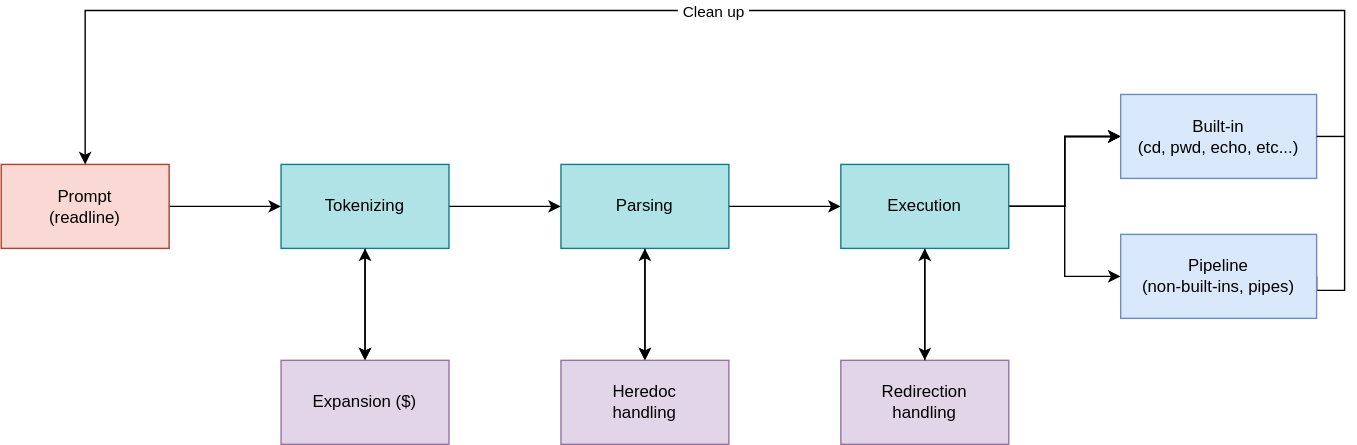
Above: assets/overview.svg in ahmad-nashwan/minishell (draw.io), before the change. Source tidied: cells renumbered, new cells last; positions are measured from the earlier drawing's top-left corner, leaving out a move shared by most shapes.
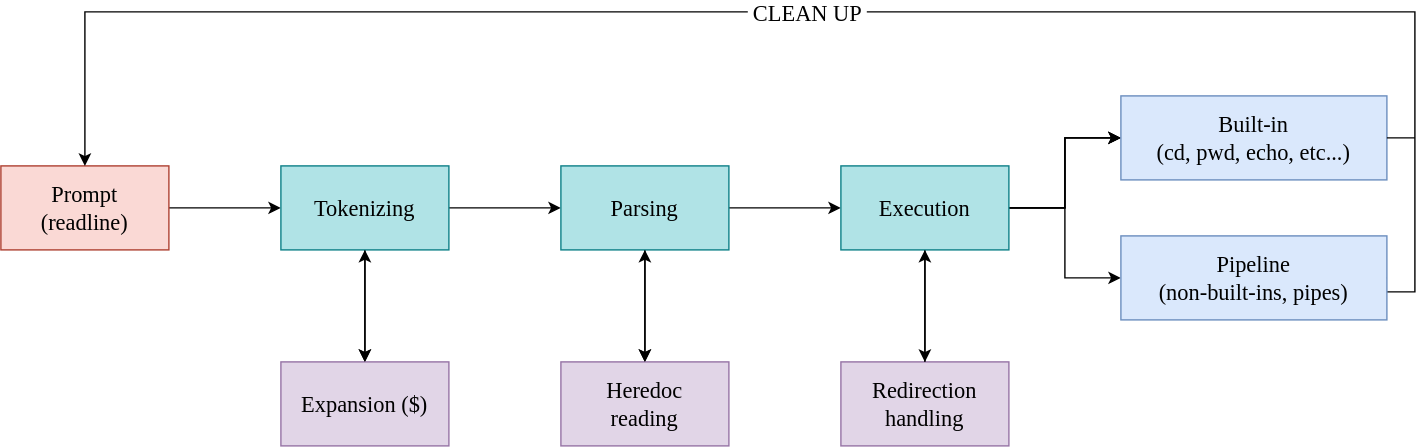
Later version of the same file.

What changed in the source:
```diff
@@ -2,88 +2,91 @@
   <root>
     <mxCell id="0" />
     <mxCell id="1" parent="0" />
-    <mxCell id="2" style="edgeStyle=orthogonalEdgeStyle;rounded=0;jettySize=auto;html=1;" parent="1" edge="1" source="3" target="6">
+    <mxCell id="2" style="edgeStyle=orthogonalEdgeStyle;rounded=0;jettySize=auto;html=1;fontSize=16;fontFamily=Verdana;" parent="1" edge="1" source="3" target="6">
       <mxGeometry relative="1" as="geometry" />
     </mxCell>
-    <mxCell id="3" value="Prompt&lt;div&gt;(readline)&lt;/div&gt;" style="rounded=0;whiteSpace=wrap;html=1;fillColor=#fad9d5;strokeColor=#ae4132;" parent="1" vertex="1">
+    <mxCell id="3" value="Prompt&lt;div&gt;(readline)&lt;/div&gt;" style="rounded=0;whiteSpace=wrap;html=1;fillColor=#fad9d5;strokeColor=#ae4132;fontSize=16;fontFamily=Verdana;" parent="1" vertex="1">
       <mxGeometry y="110" width="120" height="60" as="geometry" />
     </mxCell>
-    <mxCell id="4" style="edgeStyle=orthogonalEdgeStyle;rounded=0;jettySize=auto;html=1;" parent="1" edge="1" source="6" target="7">
+    <mxCell id="4" style="edgeStyle=orthogonalEdgeStyle;rounded=0;jettySize=auto;html=1;fontSize=16;fontFamily=Verdana;" parent="1" edge="1" source="6" target="7">
       <mxGeometry relative="1" as="geometry" />
     </mxCell>
-    <mxCell id="5" style="edgeStyle=orthogonalEdgeStyle;rounded=0;jettySize=auto;html=1;" parent="1" edge="1" source="6" target="11">
+    <mxCell id="5" style="edgeStyle=orthogonalEdgeStyle;rounded=0;jettySize=auto;html=1;fontSize=16;fontFamily=Verdana;" parent="1" edge="1" source="6" target="11">
       <mxGeometry relative="1" as="geometry" />
     </mxCell>
-    <mxCell id="6" value="Tokenizing" style="rounded=0;whiteSpace=wrap;html=1;fillColor=#b0e3e6;strokeColor=#0e8088;" parent="1" vertex="1">
+    <mxCell id="6" value="Tokenizing" style="rounded=0;whiteSpace=wrap;html=1;fillColor=#b0e3e6;strokeColor=#0e8088;fontSize=16;fontFamily=Verdana;" parent="1" vertex="1">
       <mxGeometry x="200" y="110" width="120" height="60" as="geometry" />
     </mxCell>
-    <mxCell id="7" value="&lt;div&gt;&lt;span style=&quot;background-color: transparent; color: light-dark(rgb(0, 0, 0), rgb(255, 255, 255));&quot;&gt;Expansion ($)&lt;/span&gt;&lt;/div&gt;" style="rounded=0;whiteSpace=wrap;html=1;fillColor=#e1d5e7;strokeColor=#9673a6;" parent="1" vertex="1">
+    <mxCell id="7" value="&lt;div&gt;&lt;span style=&quot;background-color: transparent; color: light-dark(rgb(0, 0, 0), rgb(255, 255, 255));&quot;&gt;Expansion ($)&lt;/span&gt;&lt;/div&gt;" style="rounded=0;whiteSpace=wrap;html=1;fillColor=#e1d5e7;strokeColor=#9673a6;fontSize=16;fontFamily=Verdana;" parent="1" vertex="1">
       <mxGeometry x="200" y="250" width="120" height="60" as="geometry" />
     </mxCell>
-    <mxCell id="8" style="endArrow=classic;startArrow=classic;html=1;rounded=0;entryX=0.5;entryY=1;entryDx=0;entryDy=0;exitX=0.5;exitY=0;exitDx=0;exitDy=0;" parent="1" edge="1" source="7" target="6">
+    <mxCell id="8" style="endArrow=classic;startArrow=classic;html=1;rounded=0;entryX=0.5;entryY=1;entryDx=0;entryDy=0;exitX=0.5;exitY=0;exitDx=0;exitDy=0;fontSize=16;fontFamily=Verdana;" parent="1" edge="1" source="7" target="6">
       <mxGeometry relative="1" as="geometry" />
     </mxCell>
-    <mxCell id="9" style="edgeStyle=orthogonalEdgeStyle;rounded=0;jettySize=auto;html=1;" parent="1" edge="1" source="11" target="12">
+    <mxCell id="9" style="edgeStyle=orthogonalEdgeStyle;rounded=0;jettySize=auto;html=1;fontSize=16;fontFamily=Verdana;" parent="1" edge="1" source="11" target="12">
       <mxGeometry relative="1" as="geometry" />
     </mxCell>
-    <mxCell id="10" style="edgeStyle=orthogonalEdgeStyle;rounded=0;jettySize=auto;html=1;" parent="1" edge="1" source="11" target="18">
+    <mxCell id="10" style="edgeStyle=orthogonalEdgeStyle;rounded=0;jettySize=auto;html=1;fontSize=16;fontFamily=Verdana;" parent="1" edge="1" source="11" target="18">
       <mxGeometry relative="1" as="geometry" />
     </mxCell>
-    <mxCell id="11" value="Parsing" style="rounded=0;whiteSpace=wrap;html=1;fillColor=#b0e3e6;strokeColor=#0e8088;" parent="1" vertex="1">
+    <mxCell id="11" value="Parsing" style="rounded=0;whiteSpace=wrap;html=1;fillColor=#b0e3e6;strokeColor=#0e8088;fontSize=16;fontFamily=Verdana;" parent="1" vertex="1">
       <mxGeometry x="400" y="110" width="120" height="60" as="geometry" />
     </mxCell>
-    <mxCell id="12" value="Heredoc&lt;div&gt;handling&lt;/div&gt;" style="rounded=0;whiteSpace=wrap;html=1;fillColor=#e1d5e7;strokeColor=#9673a6;" parent="1" vertex="1">
+    <mxCell id="12" value="Heredoc&lt;div&gt;reading&lt;/div&gt;" style="rounded=0;whiteSpace=wrap;html=1;fillColor=#e1d5e7;strokeColor=#9673a6;fontSize=16;fontFamily=Verdana;" parent="1" vertex="1">
       <mxGeometry x="400" y="250" width="120" height="60" as="geometry" />
     </mxCell>
-    <mxCell id="13" style="edgeStyle=orthogonalEdgeStyle;rounded=0;jettySize=auto;html=1;" parent="1" edge="1" source="18" target="19">
+    <mxCell id="13" style="edgeStyle=orthogonalEdgeStyle;rounded=0;jettySize=auto;html=1;fontSize=16;fontFamily=Verdana;" parent="1" edge="1" source="18" target="19">
       <mxGeometry relative="1" as="geometry" />
     </mxCell>
-    <mxCell id="14" style="edgeStyle=orthogonalEdgeStyle;rounded=0;jettySize=auto;html=1;" parent="1" edge="1" source="18" target="19">
+    <mxCell id="14" style="edgeStyle=orthogonalEdgeStyle;rounded=0;jettySize=auto;html=1;fontSize=16;fontFamily=Verdana;" parent="1" edge="1" source="18" target="19">
       <mxGeometry relative="1" as="geometry" />
     </mxCell>
-    <mxCell id="15" style="edgeStyle=orthogonalEdgeStyle;rounded=0;jettySize=auto;html=1;" parent="1" edge="1" source="18" target="19">
+    <mxCell id="15" style="edgeStyle=orthogonalEdgeStyle;rounded=0;jettySize=auto;html=1;fontSize=16;fontFamily=Verdana;" parent="1" edge="1" source="18" target="19">
       <mxGeometry relative="1" as="geometry" />
     </mxCell>
-    <mxCell id="16" style="edgeStyle=orthogonalEdgeStyle;rounded=0;jettySize=auto;html=1;exitX=1;exitY=0.5;exitDx=0;exitDy=0;entryX=0;entryY=0.5;entryDx=0;entryDy=0;" parent="1" edge="1" source="18" target="22">
+    <mxCell id="16" style="edgeStyle=orthogonalEdgeStyle;rounded=0;jettySize=auto;html=1;exitX=1;exitY=0.5;exitDx=0;exitDy=0;entryX=0;entryY=0.5;entryDx=0;entryDy=0;fontSize=16;fontFamily=Verdana;" parent="1" edge="1" source="18" target="22">
       <mxGeometry relative="1" as="geometry" />
     </mxCell>
-    <mxCell id="17" style="edgeStyle=orthogonalEdgeStyle;rounded=0;jettySize=auto;html=1;" parent="1" edge="1" source="18" target="25">
+    <mxCell id="17" style="edgeStyle=orthogonalEdgeStyle;rounded=0;jettySize=auto;html=1;fontSize=16;fontFamily=Verdana;" parent="1" edge="1" source="18" target="25">
       <mxGeometry relative="1" as="geometry" />
     </mxCell>
-    <mxCell id="18" value="Execution" style="rounded=0;whiteSpace=wrap;html=1;fillColor=#b0e3e6;strokeColor=#0e8088;" parent="1" vertex="1">
+    <mxCell id="18" value="Execution" style="rounded=0;whiteSpace=wrap;html=1;fillColor=#b0e3e6;strokeColor=#0e8088;fontSize=16;fontFamily=Verdana;" parent="1" vertex="1">
       <mxGeometry x="600" y="110" width="120" height="60" as="geometry" />
     </mxCell>
-    <mxCell id="19" value="Built-in&lt;div&gt;(cd, pwd, echo, etc...)&lt;/div&gt;" style="rounded=0;whiteSpace=wrap;html=1;fillColor=#dae8fc;strokeColor=#6c8ebf;" parent="1" vertex="1">
-      <mxGeometry x="800" y="60" width="140" height="60" as="geometry" />
+    <mxCell id="19" value="Built-in&lt;div&gt;(cd, pwd, echo, etc...)&lt;/div&gt;" style="rounded=0;whiteSpace=wrap;html=1;fillColor=#dae8fc;strokeColor=#6c8ebf;fontSize=16;fontFamily=Verdana;" parent="1" vertex="1">
+      <mxGeometry x="800" y="60" width="190" height="60" as="geometry" />
     </mxCell>
-    <mxCell id="20" style="edgeStyle=orthogonalEdgeStyle;rounded=0;jettySize=auto;html=1;exitX=1;exitY=0.5;exitDx=0;exitDy=0;entryX=0.5;entryY=0;entryDx=0;entryDy=0;" parent="1" edge="1" source="22" target="3">
+    <mxCell id="20" style="edgeStyle=orthogonalEdgeStyle;rounded=0;jettySize=auto;html=1;exitX=1;exitY=0.5;exitDx=0;exitDy=0;entryX=0.5;entryY=0;entryDx=0;entryDy=0;fontSize=16;fontFamily=Verdana;" parent="1" edge="1" source="22" target="3">
       <mxGeometry relative="1" as="geometry">
         <Array as="points">
           <mxPoint x="940" y="200" />
-          <mxPoint x="960" y="200" />
-          <mxPoint x="960" />
+          <mxPoint x="1010" y="200" />
+          <mxPoint x="1010" />
           <mxPoint x="60" />
         </Array>
       </mxGeometry>
     </mxCell>
-    <mxCell id="21" value="&amp;nbsp;Clean up&amp;nbsp;" style="edgeLabel;html=1;align=center;verticalAlign=middle;" parent="20" vertex="1">
+    <mxCell id="21" value="&amp;nbsp;CLEAN UP&amp;nbsp;" style="edgeLabel;html=1;align=center;verticalAlign=middle;fontSize=16;fontFamily=Verdana;" parent="20" vertex="1">
       <mxGeometry x="0.1" relative="1" as="geometry" />
     </mxCell>
-    <mxCell id="22" value="Pipeline&lt;div&gt;(non-built-ins, pipes)&lt;/div&gt;" style="rounded=0;whiteSpace=wrap;html=1;fillColor=#dae8fc;strokeColor=#6c8ebf;" parent="1" vertex="1">
-      <mxGeometry x="800" y="160" width="140" height="60" as="geometry" />
+    <mxCell id="22" value="Pipeline&lt;div&gt;(non-built-ins, pipes)&lt;/div&gt;" style="rounded=0;whiteSpace=wrap;html=1;fillColor=#dae8fc;strokeColor=#6c8ebf;fontSize=16;fontFamily=Verdana;" parent="1" vertex="1">
+      <mxGeometry x="800" y="160" width="190" height="60" as="geometry" />
     </mxCell>
-    <mxCell id="23" style="endArrow=none;html=1;rounded=0;exitX=1;exitY=0.5;exitDx=0;exitDy=0;" parent="1" edge="1" source="19">
+    <mxCell id="23" style="endArrow=none;html=1;rounded=0;exitX=1;exitY=0.5;exitDx=0;exitDy=0;fontSize=16;fontFamily=Verdana;" parent="1" edge="1" source="19">
       <mxGeometry relative="1" as="geometry">
-        <mxPoint x="960" y="90" as="targetPoint" />
+        <mxPoint x="990" y="90" as="targetPoint" />
+        <Array as="points">
+          <mxPoint x="1010" y="90" />
+        </Array>
       </mxGeometry>
     </mxCell>
-    <mxCell id="24" style="endArrow=classic;startArrow=classic;html=1;rounded=0;entryX=0.5;entryY=1;entryDx=0;entryDy=0;" parent="1" edge="1" source="12" target="11">
+    <mxCell id="24" style="endArrow=classic;startArrow=classic;html=1;rounded=0;entryX=0.5;entryY=1;entryDx=0;entryDy=0;fontSize=16;fontFamily=Verdana;" parent="1" edge="1" source="12" target="11">
       <mxGeometry relative="1" as="geometry" />
     </mxCell>
-    <mxCell id="25" value="Redirection&lt;div&gt;handling&lt;/div&gt;" style="whiteSpace=wrap;html=1;fillColor=#e1d5e7;strokeColor=#9673a6;rounded=0;" parent="1" vertex="1">
+    <mxCell id="25" value="Redirection&lt;div&gt;handling&lt;/div&gt;" style="whiteSpace=wrap;html=1;fillColor=#e1d5e7;strokeColor=#9673a6;rounded=0;fontSize=16;fontFamily=Verdana;" parent="1" vertex="1">
       <mxGeometry x="600" y="250" width="120" height="60" as="geometry" />
     </mxCell>
-    <mxCell id="26" style="endArrow=classic;html=1;rounded=0;entryX=0.5;entryY=1;entryDx=0;entryDy=0;" parent="1" edge="1" target="18">
+    <mxCell id="26" style="endArrow=classic;html=1;rounded=0;entryX=0.5;entryY=1;entryDx=0;entryDy=0;fontSize=16;fontFamily=Verdana;" parent="1" edge="1" target="18">
       <mxGeometry relative="1" as="geometry">
         <mxPoint x="660" y="250" as="sourcePoint" />
       </mxGeometry>
```
